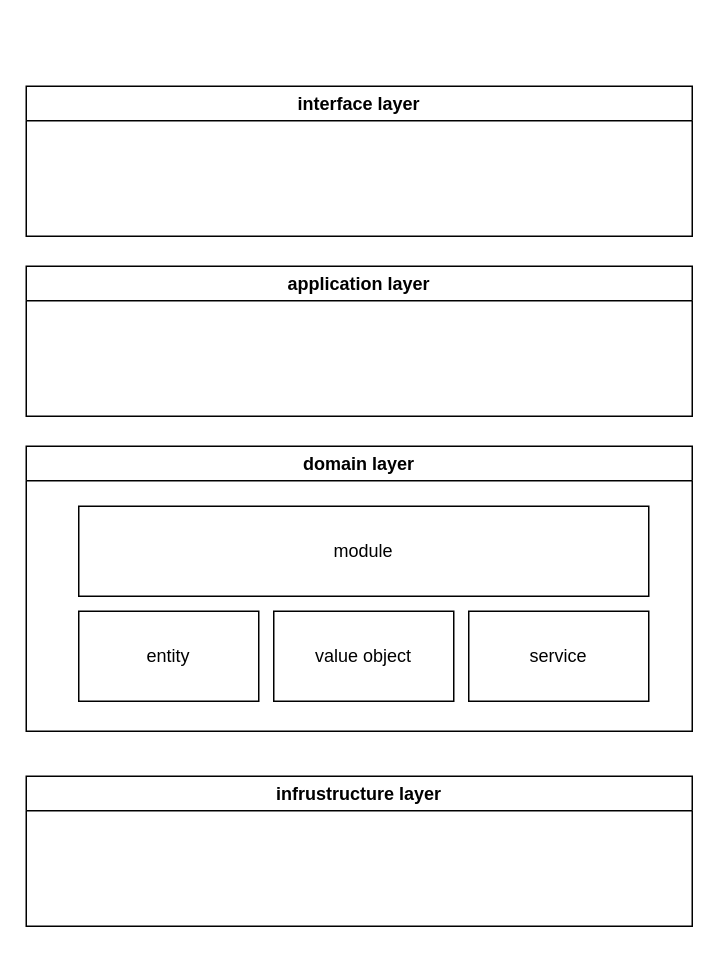
This is ddd/四层架构.drawio from SouthWindYin/learning-notes, a draw.io file, before an edit. Source tidied: cells renumbered, new cells numbered last; positions are measured from the earlier drawing's top-left corner, leaving out a move shared by most shapes. Both pictures are drawn from the tidied source at 150%, with x=0, y=0 at pixel (26, 86).
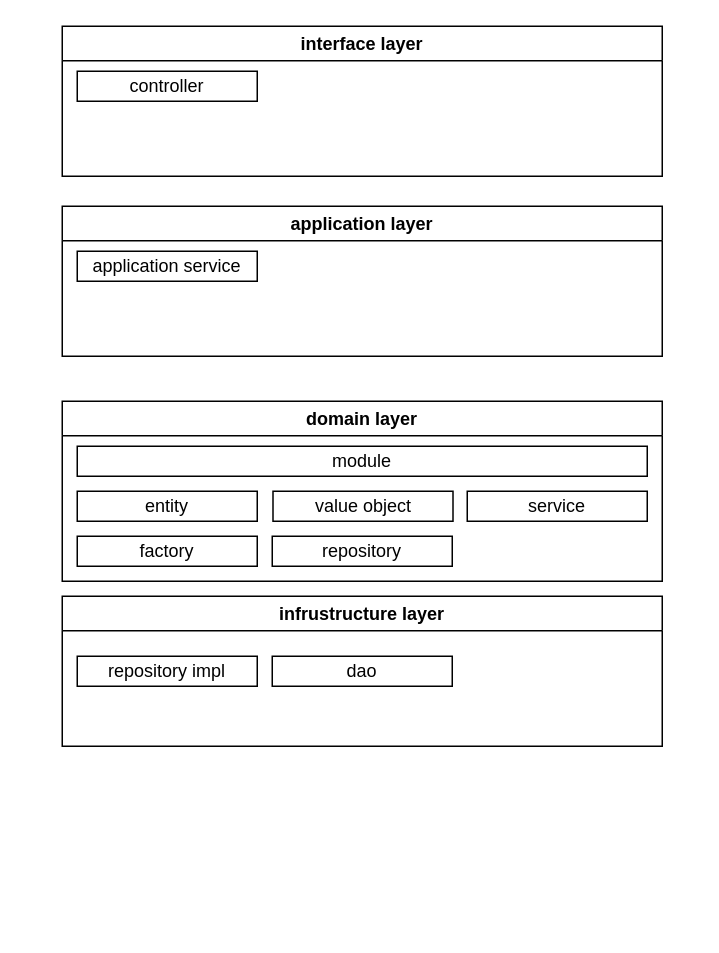
After the change.

Commit message (it also covers changes not shown here):
增加ddd学习笔记和图

Change to the diagram source:
```diff
@@
 <mxGraphModel>
   <root>
     <mxCell id="0" />
     <mxCell id="1" parent="0" />
+    <mxCell id="6" value="domain layer" style="swimlane;strokeWidth=1;fillColor=none;sketch=0;" parent="1" vertex="1">
+      <mxGeometry x="24" y="210" width="400" height="120" as="geometry" />
+    </mxCell>
+    <mxCell id="10" value="factory" style="rounded=0;whiteSpace=wrap;html=1;" parent="6" vertex="1">
+      <mxGeometry x="10" y="90" width="120" height="20" as="geometry" />
+    </mxCell>
+    <mxCell id="11" value="repository" style="rounded=0;whiteSpace=wrap;html=1;" parent="6" vertex="1">
+      <mxGeometry x="140" y="90" width="120" height="20" as="geometry" />
+    </mxCell>
+    <mxCell id="5" value="service" style="rounded=0;whiteSpace=wrap;html=1;" parent="6" vertex="1">
+      <mxGeometry x="270" y="60" width="120" height="20" as="geometry" />
+    </mxCell>
+    <mxCell id="4" value="value object" style="rounded=0;whiteSpace=wrap;html=1;" parent="6" vertex="1">
+      <mxGeometry x="140.5" y="60" width="120" height="20" as="geometry" />
+    </mxCell>
-    <mxCell id="2" value="module" style="rounded=0;whiteSpace=wrap;html=1;" parent="1" vertex="1">
-      <mxGeometry x="35" y="280" width="380" height="60" as="geometry" />
+    <mxCell id="2" value="module" style="rounded=0;whiteSpace=wrap;html=1;" parent="6" vertex="1">
+      <mxGeometry x="10" y="30" width="380" height="20" as="geometry" />
     </mxCell>
-    <mxCell id="3" value="entity" style="rounded=0;whiteSpace=wrap;html=1;" parent="1" vertex="1">
-      <mxGeometry x="35" y="350" width="120" height="60" as="geometry" />
+    <mxCell id="3" value="entity" style="rounded=0;whiteSpace=wrap;html=1;" parent="6" vertex="1">
+      <mxGeometry x="10" y="60" width="120" height="20" as="geometry" />
     </mxCell>
-    <mxCell id="4" value="value object" style="rounded=0;whiteSpace=wrap;html=1;" parent="1" vertex="1">
-      <mxGeometry x="165" y="350" width="120" height="60" as="geometry" />
-    </mxCell>
-    <mxCell id="5" value="service" style="rounded=0;whiteSpace=wrap;html=1;" parent="1" vertex="1">
-      <mxGeometry x="295" y="350" width="120" height="60" as="geometry" />
-    </mxCell>
-    <mxCell id="6" value="domain layer" style="swimlane;strokeWidth=1;fillColor=none;" parent="1" vertex="1">
-      <mxGeometry y="240" width="444" height="190" as="geometry" />
-    </mxCell>
     <mxCell id="7" value="application layer" style="swimlane;strokeWidth=1;fillColor=none;" parent="1" vertex="1">
-      <mxGeometry y="120" width="444" height="100" as="geometry" />
+      <mxGeometry x="24" y="80" width="400" height="100" as="geometry" />
     </mxCell>
+    <mxCell id="12" value="application service" style="rounded=0;whiteSpace=wrap;html=1;" parent="7" vertex="1">
+      <mxGeometry x="10" y="30" width="120" height="20" as="geometry" />
+    </mxCell>
     <mxCell id="8" value="infrustructure layer" style="swimlane;strokeWidth=1;fillColor=none;" parent="1" vertex="1">
-      <mxGeometry y="460" width="444" height="100" as="geometry" />
+      <mxGeometry x="24" y="340" width="400" height="100" as="geometry" />
     </mxCell>
+    <mxCell id="13" value="repository impl" style="rounded=0;whiteSpace=wrap;html=1;" parent="8" vertex="1">
+      <mxGeometry x="10" y="40" width="120" height="20" as="geometry" />
+    </mxCell>
+    <mxCell id="14" value="dao" style="rounded=0;whiteSpace=wrap;html=1;" parent="8" vertex="1">
+      <mxGeometry x="140" y="40" width="120" height="20" as="geometry" />
+    </mxCell>
     <mxCell id="9" value="interface layer" style="swimlane;strokeWidth=1;fillColor=none;" parent="1" vertex="1">
-      <mxGeometry width="444" height="100" as="geometry" />
+      <mxGeometry x="24" y="-40" width="400" height="100" as="geometry" />
     </mxCell>
+    <mxCell id="15" value="controller" style="rounded=0;whiteSpace=wrap;html=1;" parent="9" vertex="1">
+      <mxGeometry x="10" y="30" width="120" height="20" as="geometry" />
+    </mxCell>
   </root>
 </mxGraphModel>
```
